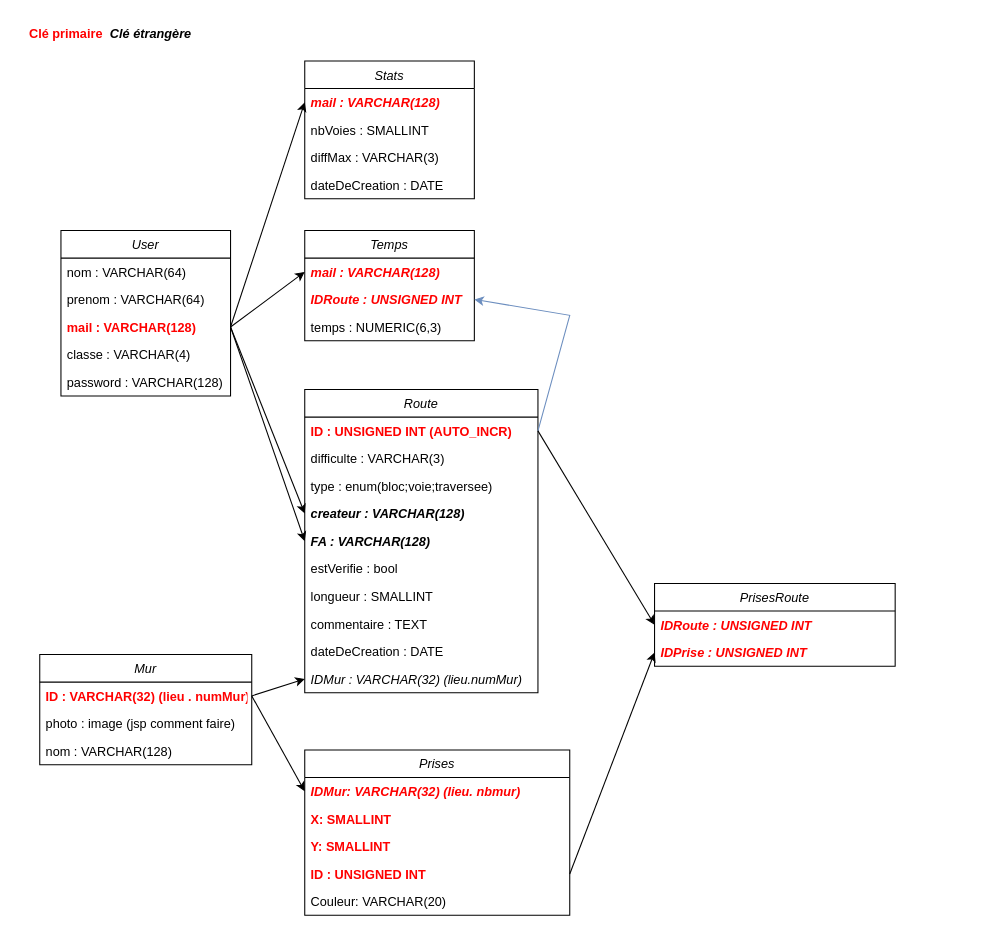
Earlier version of the draw.io diagram diagrammeDB.drawio (Greenmattt/SeekAClimb). Source tidied: cells renumbered, new cells numbered last; positions are measured from the earlier drawing's top-left corner, leaving out a move shared by most shapes. Both pictures are drawn from the tidied source at 106%, with x=0, y=0 at pixel (18, 18).
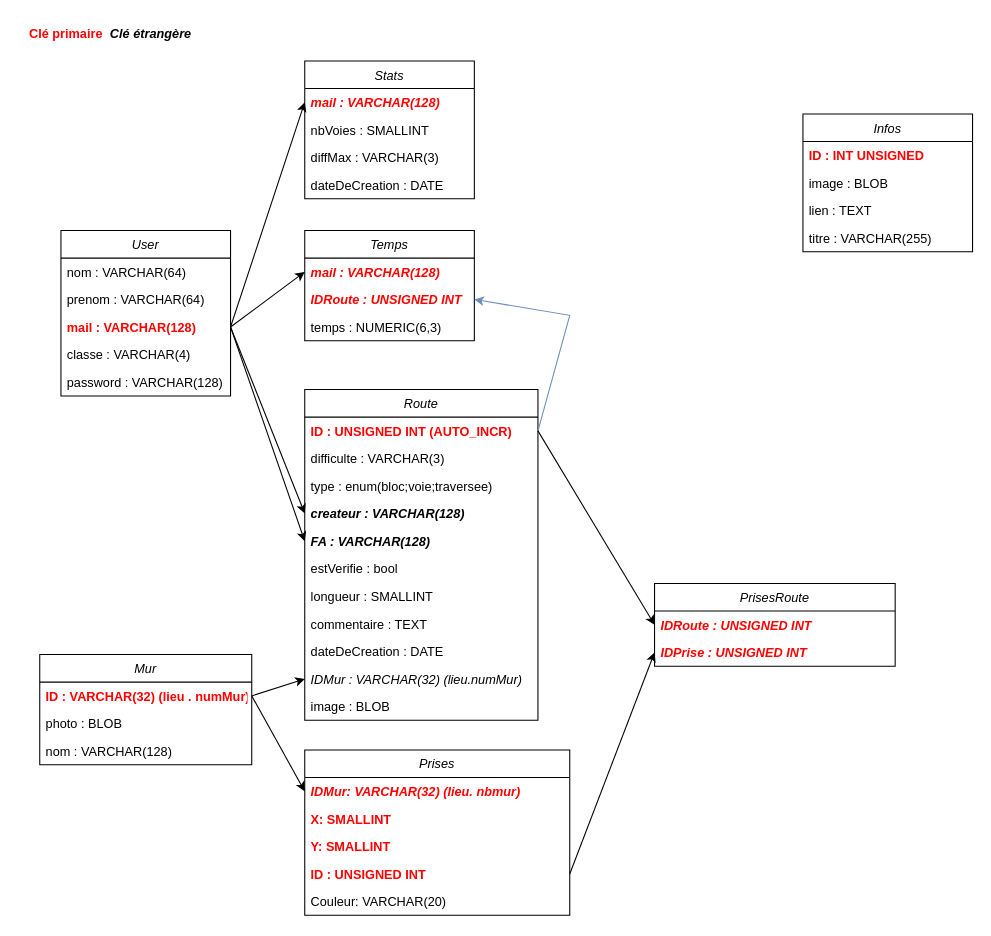
After the change.

Unchanged cells that the change refers to:
```xml
<mxCell id="10" value="Mur" style="swimlane;fontStyle=2;align=center;verticalAlign=top;horizontal=1;startSize=26;rounded=0;shadow=0;strokeWidth=1;" parent="1" vertex="1">
  <mxGeometry x="20" y="600" width="200" height="104" as="geometry" />
</mxCell>
```

What changed in the source:
```diff
@@
-    <mxCell id="12" value="photo : image (jsp comment faire)" style="text;align=left;verticalAlign=top;spacingLeft=4;spacingRight=4;overflow=hidden;" parent="10" vertex="1">
+    <mxCell id="12" value="photo : BLOB" style="text;align=left;verticalAlign=top;spacingLeft=4;spacingRight=4;overflow=hidden;" parent="10" vertex="1">
       <mxGeometry y="52" width="200" height="26" as="geometry" />
     </mxCell>
@@
     <mxCell id="35" value="Route" style="swimlane;fontStyle=2;align=center;verticalAlign=top;horizontal=1;startSize=26;rounded=0;shadow=0;strokeWidth=1;" parent="1" vertex="1">
-      <mxGeometry x="270" y="350" width="220" height="286" as="geometry" />
+      <mxGeometry x="270" y="350" width="220" height="312" as="geometry" />
     </mxCell>
@@
+    <mxCell id="52" value="image : BLOB" style="text;align=left;verticalAlign=top;spacingLeft=4;spacingRight=4;overflow=hidden;" parent="35" vertex="1">
+      <mxGeometry y="286" width="220" height="26" as="geometry" />
+    </mxCell>
@@
+    <mxCell id="53" value="Infos" style="swimlane;fontStyle=2;align=center;verticalAlign=top;horizontal=1;startSize=26;rounded=0;shadow=0;strokeWidth=1;" parent="1" vertex="1">
+      <mxGeometry x="740" y="90" width="160" height="130" as="geometry" />
+    </mxCell>
+    <mxCell id="54" value="ID : INT UNSIGNED" style="text;align=left;verticalAlign=top;spacingLeft=4;spacingRight=4;overflow=hidden;rounded=0;shadow=0;html=0;fontStyle=1;fontColor=#FF0000;" parent="53" vertex="1">
+      <mxGeometry y="26" width="160" height="26" as="geometry" />
+    </mxCell>
+    <mxCell id="55" value="image : BLOB" style="text;align=left;verticalAlign=top;spacingLeft=4;spacingRight=4;overflow=hidden;rounded=0;shadow=0;html=0;" parent="53" vertex="1">
+      <mxGeometry y="52" width="160" height="26" as="geometry" />
+    </mxCell>
+    <mxCell id="56" value="lien : TEXT" style="text;align=left;verticalAlign=top;spacingLeft=4;spacingRight=4;overflow=hidden;rounded=0;shadow=0;html=0;" parent="53" vertex="1">
+      <mxGeometry y="78" width="160" height="26" as="geometry" />
+    </mxCell>
+    <mxCell id="57" value="titre : VARCHAR(255)" style="text;align=left;verticalAlign=top;spacingLeft=4;spacingRight=4;overflow=hidden;rounded=0;shadow=0;html=0;" parent="53" vertex="1">
+      <mxGeometry y="104" width="160" height="26" as="geometry" />
+    </mxCell>
```
